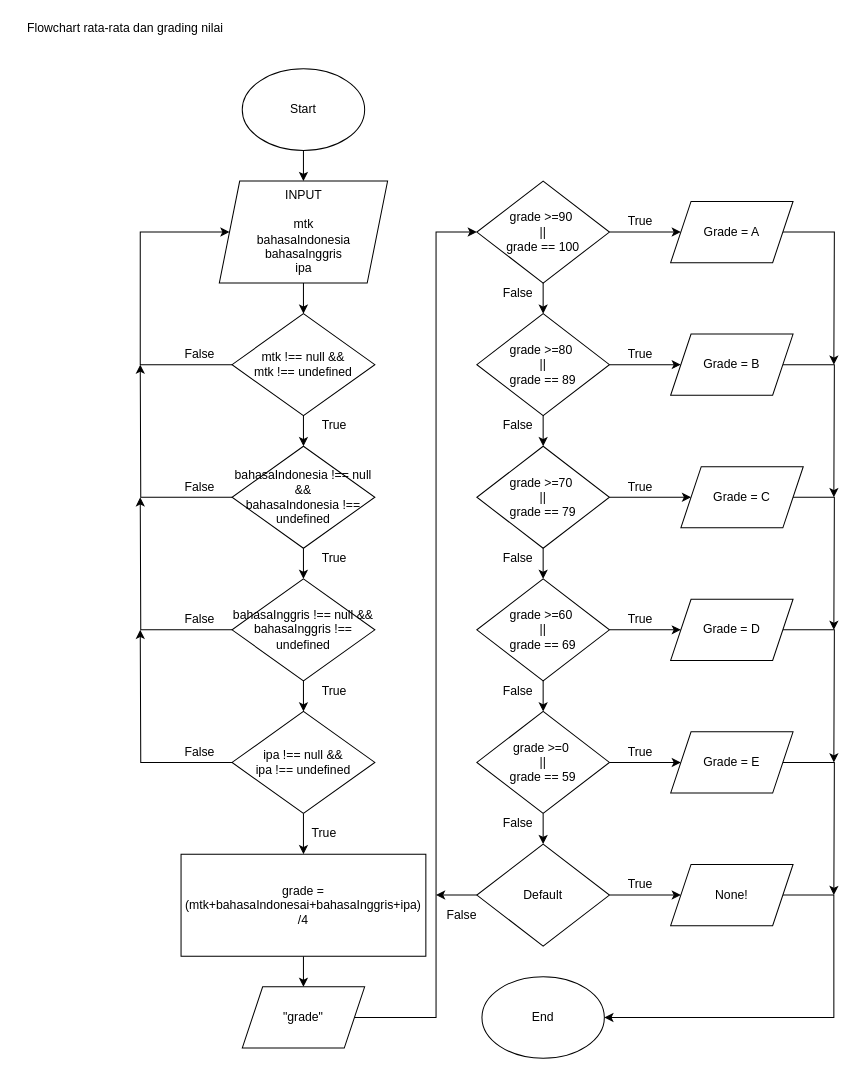
This is Grading Nilai.drawio from aviantofan/fw5-additional-flowchart, a draw.io file, before an edit. Source tidied: cells renumbered, new cells numbered last; positions are measured from the earlier drawing's top-left corner, leaving out a move shared by most shapes. Both pictures are drawn from the tidied source at 102%, with x=0, y=0 at pixel (17, 17).
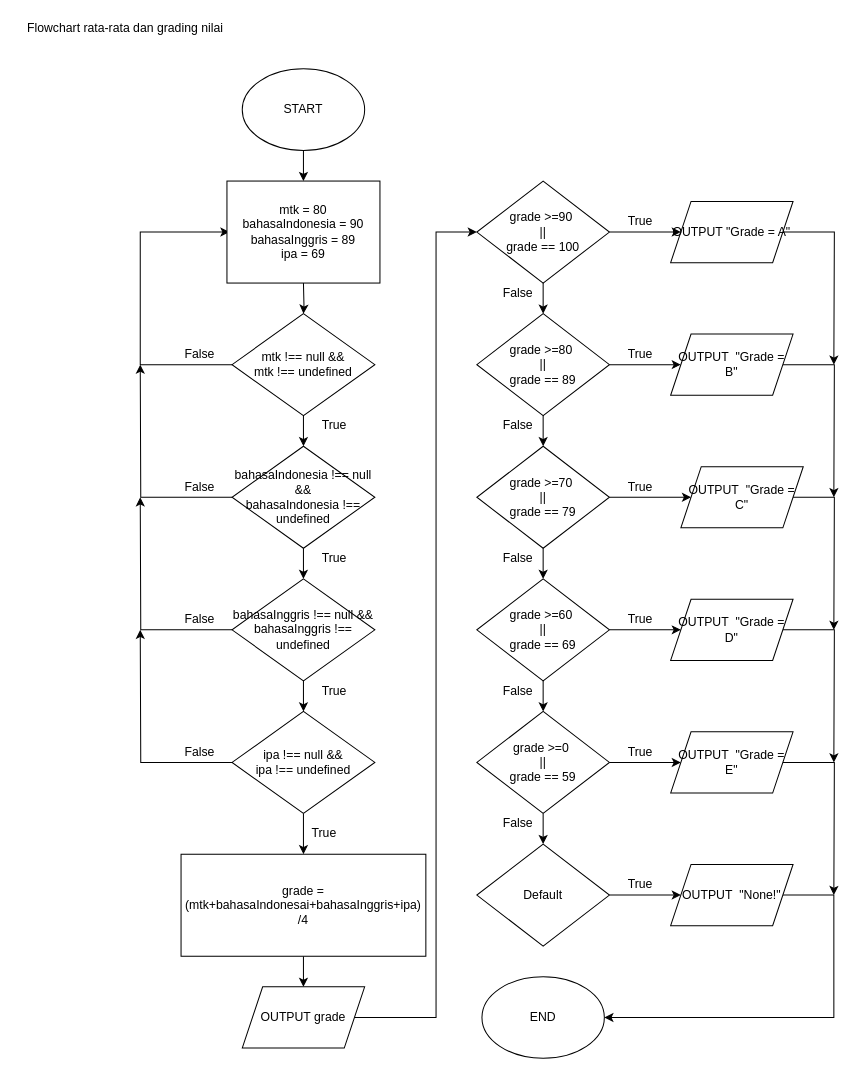
The same page after the edit.

Commit message (it also covers changes not shown here):
Perbaikan flowchart

Unchanged cells that the change refers to:
```xml
<mxCell id="9" value="mtk !== null &amp;amp;&amp;amp;&lt;br&gt;mtk !== undefined" style="rhombus;whiteSpace=wrap;html=1;" parent="1" vertex="1">
  <mxGeometry x="210" y="290" width="140" height="100" as="geometry" />
</mxCell>
<mxCell id="48" value="Default" style="rhombus;whiteSpace=wrap;html=1;" parent="1" vertex="1">
  <mxGeometry x="450" y="810" width="130" height="100" as="geometry" />
</mxCell>
```

The edit, as a diff of the source:
```diff
@@
-    <mxCell id="2" style="edgeStyle=orthogonalEdgeStyle;rounded=0;jettySize=auto;html=1;exitX=0.5;exitY=1;exitDx=0;exitDy=0;entryX=0.5;entryY=0;entryDx=0;entryDy=0;" parent="1" edge="1" source="3" target="6">
-      <mxGeometry relative="1" as="geometry" />
+    <mxCell id="2" style="edgeStyle=orthogonalEdgeStyle;rounded=0;jettySize=auto;html=1;exitX=0.5;exitY=1;exitDx=0;exitDy=0;entryX=0.5;entryY=0;entryDx=0;entryDy=0;" parent="1" edge="1" source="3">
+      <mxGeometry relative="1" as="geometry">
+        <mxPoint x="280" y="160" as="targetPoint" />
+      </mxGeometry>
     </mxCell>
-    <mxCell id="3" value="Start" style="ellipse;whiteSpace=wrap;html=1;" parent="1" vertex="1">
+    <mxCell id="3" value="START" style="ellipse;whiteSpace=wrap;html=1;" parent="1" vertex="1">
       <mxGeometry x="220" y="50" width="120" height="80" as="geometry" />
     </mxCell>
@@
-    <mxCell id="5" style="edgeStyle=orthogonalEdgeStyle;rounded=0;jettySize=auto;html=1;exitX=0.5;exitY=1;exitDx=0;exitDy=0;" parent="1" edge="1" source="6" target="9">
-      <mxGeometry relative="1" as="geometry" />
+    <mxCell id="5" style="edgeStyle=orthogonalEdgeStyle;rounded=0;jettySize=auto;html=1;exitX=0.5;exitY=1;exitDx=0;exitDy=0;" parent="1" edge="1" target="9">
+      <mxGeometry relative="1" as="geometry">
+        <mxPoint x="280" y="260" as="sourcePoint" />
+      </mxGeometry>
     </mxCell>
-    <mxCell id="6" value="INPUT&lt;br&gt;&lt;br&gt;mtk&lt;br&gt;bahasaIndonesia&lt;br&gt;bahasaInggris&lt;br&gt;ipa" style="shape=parallelogram;perimeter=parallelogramPerimeter;whiteSpace=wrap;html=1;fixedSize=1;" parent="1" vertex="1">
-      <mxGeometry x="197.5" y="160" width="165" height="100" as="geometry" />
-    </mxCell>
@@
-    <mxCell id="8" style="edgeStyle=orthogonalEdgeStyle;rounded=0;jettySize=auto;html=1;exitX=0;exitY=0.5;exitDx=0;exitDy=0;entryX=0;entryY=0.5;entryDx=0;entryDy=0;" parent="1" edge="1" source="9" target="6">
+    <mxCell id="8" style="edgeStyle=orthogonalEdgeStyle;rounded=0;jettySize=auto;html=1;exitX=0;exitY=0.5;exitDx=0;exitDy=0;entryX=0;entryY=0.5;entryDx=0;entryDy=0;" parent="1" edge="1" source="9">
       <mxGeometry relative="1" as="geometry">
+        <mxPoint x="207.5" y="210" as="targetPoint" />
         <Array as="points">
           <mxPoint x="120" y="340" />
           <mxPoint x="120" y="210" />
         </Array>
       </mxGeometry>
     </mxCell>
@@
-    <mxCell id="30" value="&quot;grade&quot;" style="shape=parallelogram;perimeter=parallelogramPerimeter;whiteSpace=wrap;html=1;fixedSize=1;" parent="1" vertex="1">
+    <mxCell id="30" value="OUTPUT grade" style="shape=parallelogram;perimeter=parallelogramPerimeter;whiteSpace=wrap;html=1;fixedSize=1;" parent="1" vertex="1">
       <mxGeometry x="220" y="950" width="120" height="60" as="geometry" />
     </mxCell>
@@
-    <mxCell id="47" style="edgeStyle=orthogonalEdgeStyle;rounded=0;jettySize=auto;html=1;exitX=0;exitY=0.5;exitDx=0;exitDy=0;" parent="1" edge="1" source="48">
-      <mxGeometry relative="1" as="geometry">
-        <mxPoint x="410" y="860" as="targetPoint" />
-      </mxGeometry>
-    </mxCell>
@@
-    <mxCell id="55" value="Grade = A" style="shape=parallelogram;perimeter=parallelogramPerimeter;whiteSpace=wrap;html=1;fixedSize=1;" parent="1" vertex="1">
+    <mxCell id="55" value="OUTPUT &quot;Grade = A&quot;" style="shape=parallelogram;perimeter=parallelogramPerimeter;whiteSpace=wrap;html=1;fixedSize=1;" parent="1" vertex="1">
       <mxGeometry x="640" y="180" width="120" height="60" as="geometry" />
     </mxCell>
@@
-    <mxCell id="57" value="Grade = B" style="shape=parallelogram;perimeter=parallelogramPerimeter;whiteSpace=wrap;html=1;fixedSize=1;" parent="1" vertex="1">
+    <mxCell id="57" value="OUTPUT&amp;nbsp; &quot;Grade = B&quot;" style="shape=parallelogram;perimeter=parallelogramPerimeter;whiteSpace=wrap;html=1;fixedSize=1;" parent="1" vertex="1">
       <mxGeometry x="640" y="310" width="120" height="60" as="geometry" />
     </mxCell>
@@
-    <mxCell id="59" value="Grade = C" style="shape=parallelogram;perimeter=parallelogramPerimeter;whiteSpace=wrap;html=1;fixedSize=1;" parent="1" vertex="1">
+    <mxCell id="59" value="OUTPUT&amp;nbsp; &quot;Grade = C&quot;" style="shape=parallelogram;perimeter=parallelogramPerimeter;whiteSpace=wrap;html=1;fixedSize=1;" parent="1" vertex="1">
       <mxGeometry x="650" y="440" width="120" height="60" as="geometry" />
     </mxCell>
@@
-    <mxCell id="61" value="Grade = D" style="shape=parallelogram;perimeter=parallelogramPerimeter;whiteSpace=wrap;html=1;fixedSize=1;" parent="1" vertex="1">
+    <mxCell id="61" value="OUTPUT&amp;nbsp; &quot;Grade = D&quot;" style="shape=parallelogram;perimeter=parallelogramPerimeter;whiteSpace=wrap;html=1;fixedSize=1;" parent="1" vertex="1">
       <mxGeometry x="640" y="570" width="120" height="60" as="geometry" />
     </mxCell>
@@
-    <mxCell id="63" value="Grade = E" style="shape=parallelogram;perimeter=parallelogramPerimeter;whiteSpace=wrap;html=1;fixedSize=1;" parent="1" vertex="1">
+    <mxCell id="63" value="OUTPUT&amp;nbsp; &quot;Grade = E&quot;" style="shape=parallelogram;perimeter=parallelogramPerimeter;whiteSpace=wrap;html=1;fixedSize=1;" parent="1" vertex="1">
       <mxGeometry x="640" y="700" width="120" height="60" as="geometry" />
     </mxCell>
@@
-    <mxCell id="65" value="None!" style="shape=parallelogram;perimeter=parallelogramPerimeter;whiteSpace=wrap;html=1;fixedSize=1;" parent="1" vertex="1">
+    <mxCell id="65" value="OUTPUT&amp;nbsp; &quot;None!&quot;" style="shape=parallelogram;perimeter=parallelogramPerimeter;whiteSpace=wrap;html=1;fixedSize=1;" parent="1" vertex="1">
       <mxGeometry x="640" y="830" width="120" height="60" as="geometry" />
     </mxCell>
-    <mxCell id="66" value="End" style="ellipse;whiteSpace=wrap;html=1;" parent="1" vertex="1">
+    <mxCell id="66" value="END" style="ellipse;whiteSpace=wrap;html=1;" parent="1" vertex="1">
       <mxGeometry x="455" y="940" width="120" height="80" as="geometry" />
     </mxCell>
@@
-    <mxCell id="73" value="False" style="text;html=1;align=center;verticalAlign=middle;strokeColor=none;fillColor=none;" parent="1" vertex="1">
-      <mxGeometry x="415" y="870" width="40" height="20" as="geometry" />
-    </mxCell>
+    <mxCell id="74" value="mtk = 80&lt;br&gt;bahasaIndonesia = 90&lt;br&gt;bahasaInggris = 89&lt;br&gt;ipa = 69" style="rounded=0;whiteSpace=wrap;html=1;" parent="1" vertex="1">
+      <mxGeometry x="205" y="160" width="150" height="100" as="geometry" />
+    </mxCell>
```
